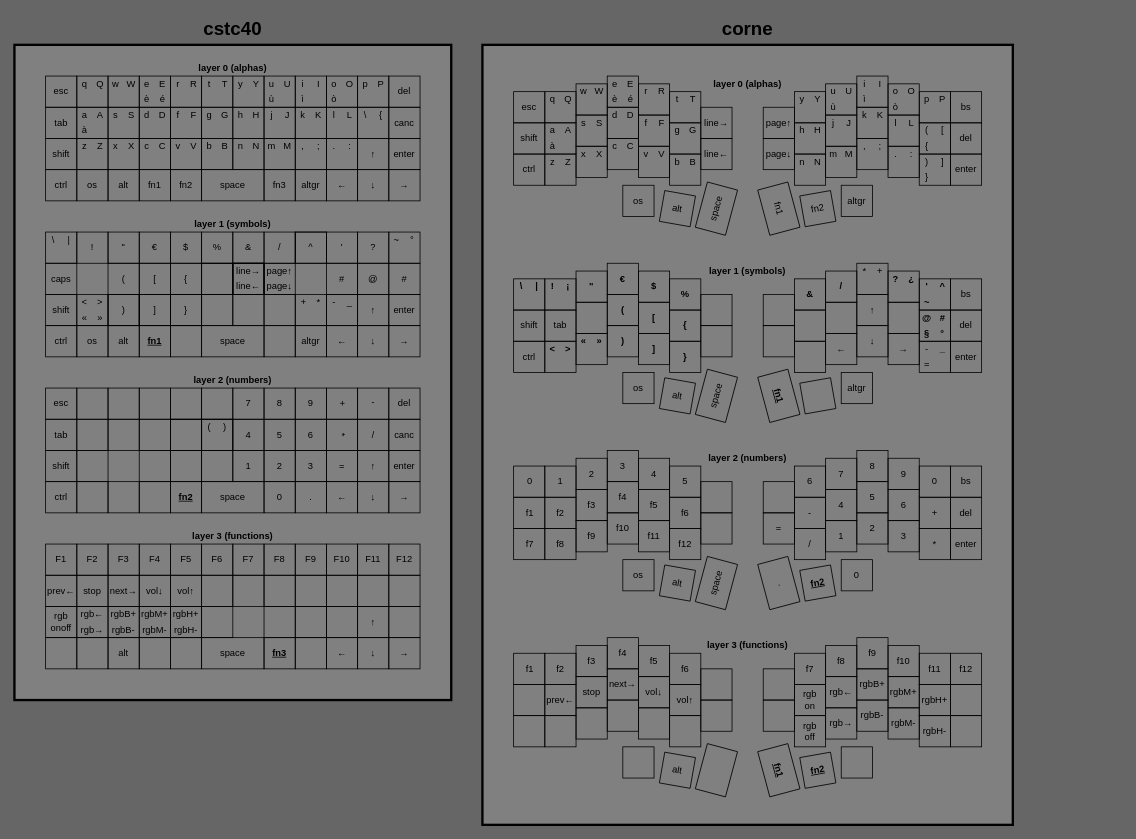
Before: layouts.dio in dellarosciagiorgio/crkbd, a draw.io diagram. Source tidied: cells renumbered, new cells numbered last; positions are measured from the earlier drawing's top-left corner, leaving out a move shared by most shapes. Both pictures are drawn from the tidied source at 78%, with x=0, y=0 at pixel (14, 13).
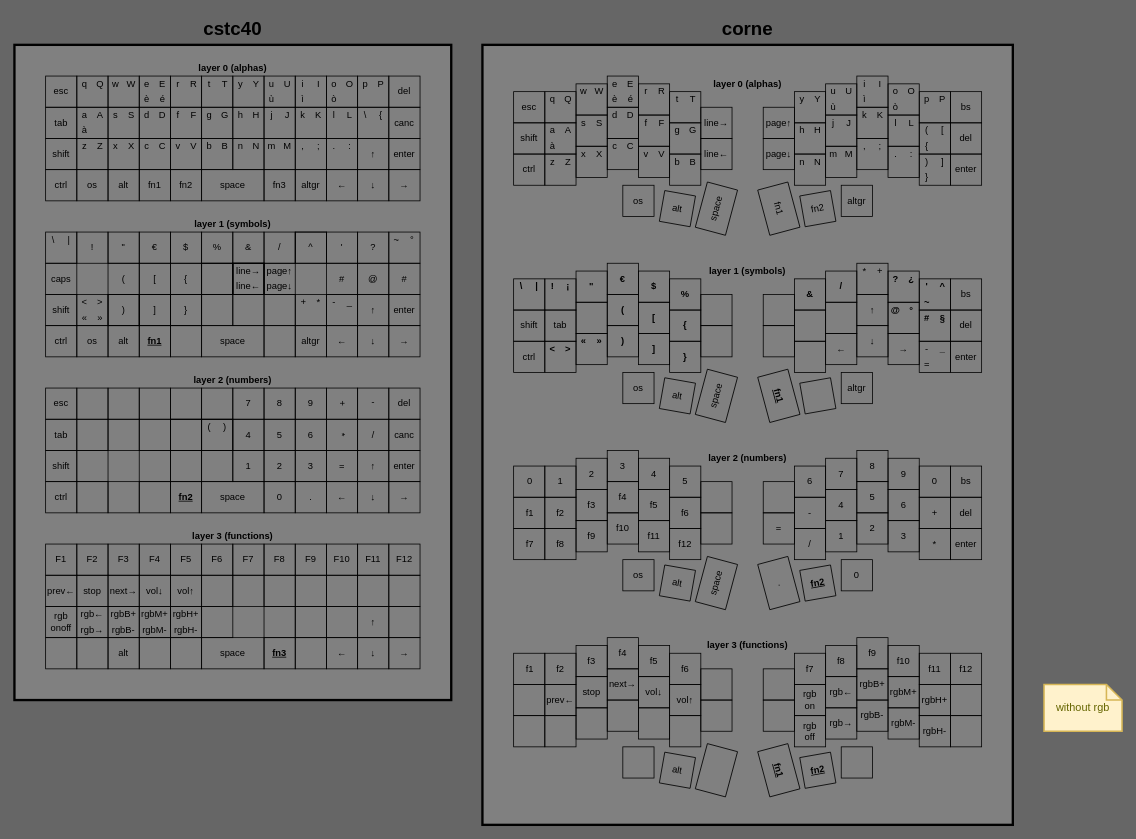
The same diagram, later.

The change refers to these unchanged cells:
```xml
<mxCell id="555" style="group;" parent="1" vertex="1">
  <mxGeometry x="600" width="680" height="1040" as="geometry" />
</mxCell>
```

Change to the diagram source:
```diff
@@
     <mxCell id="751" value="°" style="text;html=1;strokeColor=none;fillColor=none;align=center;verticalAlign=middle;whiteSpace=wrap;rounded=0;strokeWidth=1;fontFamily=Cascadia Code;fontColor=#000000;fontStyle=1;" parent="555" vertex="1">
-      <mxGeometry x="580" y="400" width="20" height="20" as="geometry" />
+      <mxGeometry x="540" y="370" width="20" height="20" as="geometry" />
     </mxCell>
     <mxCell id="752" value="#" style="text;html=1;strokeColor=none;fillColor=none;align=center;verticalAlign=middle;whiteSpace=wrap;rounded=0;strokeWidth=1;fontFamily=Cascadia Code;fontColor=#000000;fontStyle=1;" parent="555" vertex="1">
-      <mxGeometry x="580" y="380" width="20" height="20" as="geometry" />
+      <mxGeometry x="560" y="380" width="20" height="20" as="geometry" />
     </mxCell>
     <mxCell id="753" value="§" style="text;html=1;strokeColor=none;fillColor=none;align=center;verticalAlign=middle;whiteSpace=wrap;rounded=0;strokeWidth=1;fontFamily=Cascadia Code;fontColor=#000000;fontStyle=1;" parent="555" vertex="1">
-      <mxGeometry x="560" y="400" width="20" height="20" as="geometry" />
+      <mxGeometry x="580" y="380" width="20" height="20" as="geometry" />
     </mxCell>
     <mxCell id="754" value="@" style="text;html=1;strokeColor=none;fillColor=none;align=center;verticalAlign=middle;whiteSpace=wrap;rounded=0;strokeWidth=1;fontFamily=Cascadia Code;fontColor=#000000;fontStyle=1;" parent="555" vertex="1">
-      <mxGeometry x="560" y="380" width="20" height="20" as="geometry" />
+      <mxGeometry x="520" y="370" width="20" height="20" as="geometry" />
     </mxCell>
@@
+    <mxCell id="952" value="without rgb" style="shape=note;strokeWidth=2;fontSize=14;size=20;whiteSpace=wrap;html=1;fillColor=#fff2cc;strokeColor=#d6b656;fontColor=#666600;" parent="1" vertex="1">
+      <mxGeometry x="1320" y="860" width="100" height="60" as="geometry" />
+    </mxCell>
```
